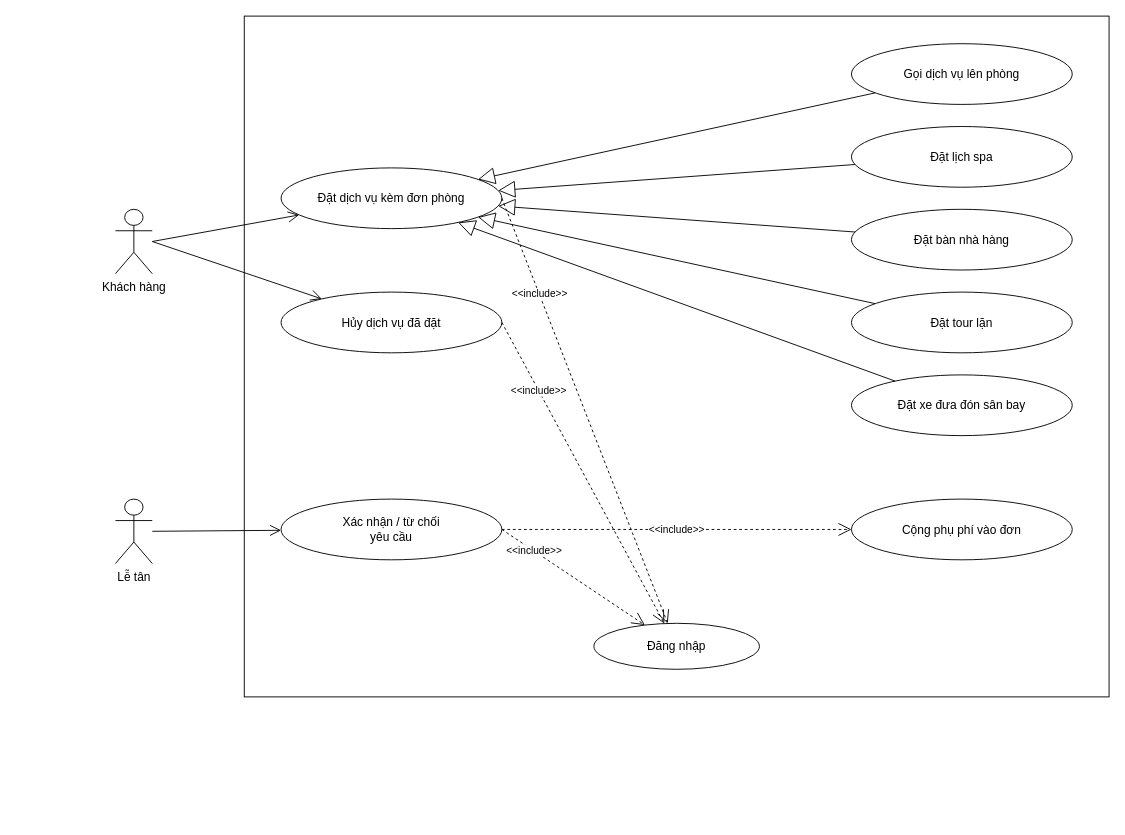
ngynquchn2511/beach-hotel keeps this draw.io diagram as docs/use-case/phan-ra/uc4-dich-vu-kem-don.drawio. Above is the earlier version. Source tidied: cells renumbered, new cells numbered last; positions are measured from the earlier drawing's top-left corner, leaving out a move shared by most shapes. Both pictures are drawn from the tidied source at 92%, with x=0, y=0 at pixel (115, 16).
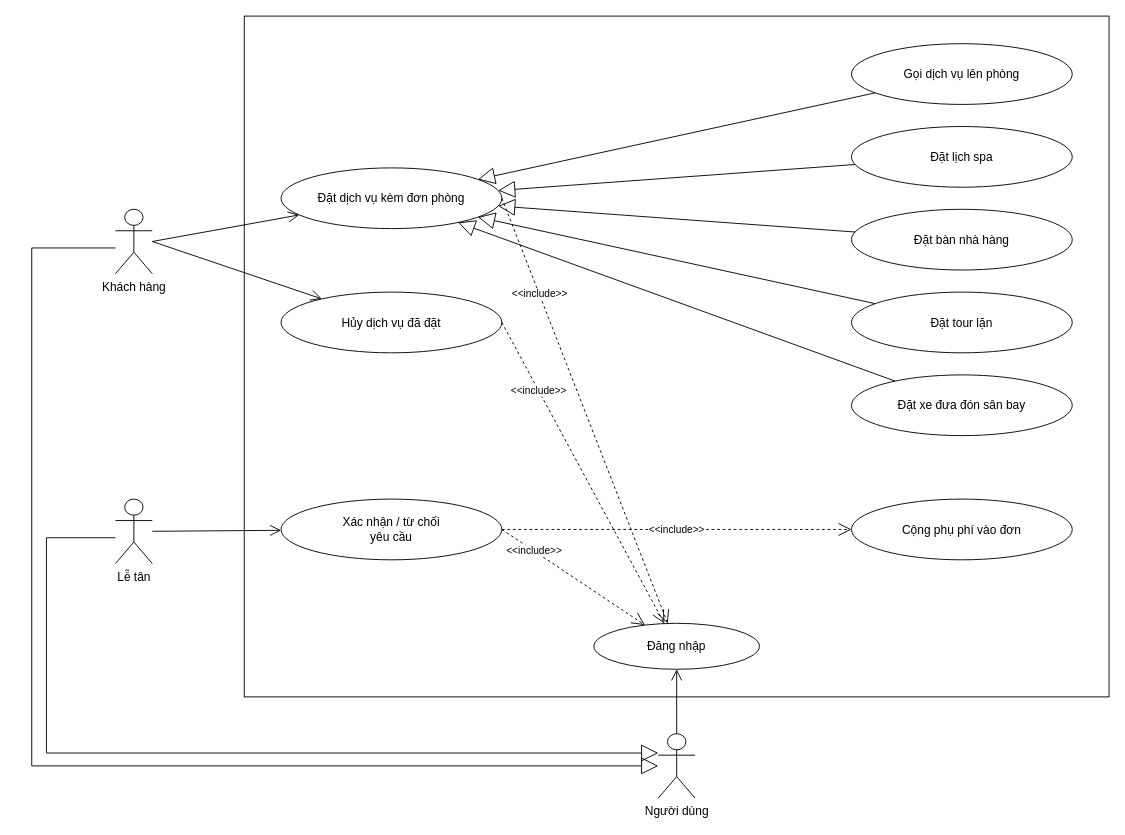
The same page after the edit.

The change refers to these unchanged cells:
```xml
<mxCell id="12" value="Đăng nhập" style="ellipse;whiteSpace=wrap;html=1;fillColor=#FFFFFF;strokeColor=#000000;fontSize=13;" parent="1" vertex="1">
  <mxGeometry x="520" y="660" width="180" height="50" as="geometry" />
</mxCell>
<mxCell id="13" value="Khách hàng" style="shape=umlActor;verticalLabelPosition=bottom;verticalAlign=top;html=1;outlineConnect=0;fillColor=#FFFFFF;strokeColor=#000000;fontSize=13;" parent="1" vertex="1">
  <mxGeometry y="210" width="40" height="70" as="geometry" />
</mxCell>
<mxCell id="14" value="Lễ tân" style="shape=umlActor;verticalLabelPosition=bottom;verticalAlign=top;html=1;outlineConnect=0;fillColor=#FFFFFF;strokeColor=#000000;fontSize=13;" parent="1" vertex="1">
  <mxGeometry y="525" width="40" height="70" as="geometry" />
</mxCell>
```

The edit, as a diff of the source:
```diff
@@
+    <mxCell id="27" value="Người dùng" style="shape=umlActor;verticalLabelPosition=bottom;verticalAlign=top;html=1;outlineConnect=0;fillColor=#FFFFFF;strokeColor=#000000;fontSize=13;" parent="1" vertex="1">
+      <mxGeometry x="590" y="780" width="40" height="70" as="geometry" />
+    </mxCell>
+    <mxCell id="28" style="endArrow=open;endSize=10;html=1;rounded=0;strokeColor=#000000;exitX=0.5;exitY=0;exitDx=0;exitDy=0;exitPerimeter=0;" parent="1" edge="1" source="27" target="12">
+      <mxGeometry relative="1" as="geometry" />
+    </mxCell>
+    <mxCell id="29" style="endArrow=block;endSize=16;endFill=0;html=1;rounded=0;strokeColor=#000000;exitX=0;exitY=0.6;exitDx=0;exitDy=0;exitPerimeter=0;entryX=0;entryY=0.3;entryDx=0;entryDy=0;entryPerimeter=0;" parent="1" edge="1" source="14" target="27">
+      <mxGeometry relative="1" as="geometry">
+        <Array as="points">
+          <mxPoint x="-75" y="567" />
+          <mxPoint x="-75" y="801" />
+        </Array>
+      </mxGeometry>
+    </mxCell>
+    <mxCell id="30" style="endArrow=block;endSize=16;endFill=0;html=1;rounded=0;strokeColor=#000000;exitX=0;exitY=0.6;exitDx=0;exitDy=0;exitPerimeter=0;entryX=0;entryY=0.5;entryDx=0;entryDy=0;entryPerimeter=0;" parent="1" edge="1" source="13" target="27">
+      <mxGeometry relative="1" as="geometry">
+        <Array as="points">
+          <mxPoint x="-91" y="252" />
+          <mxPoint x="-91" y="815" />
+        </Array>
+      </mxGeometry>
+    </mxCell>
```
